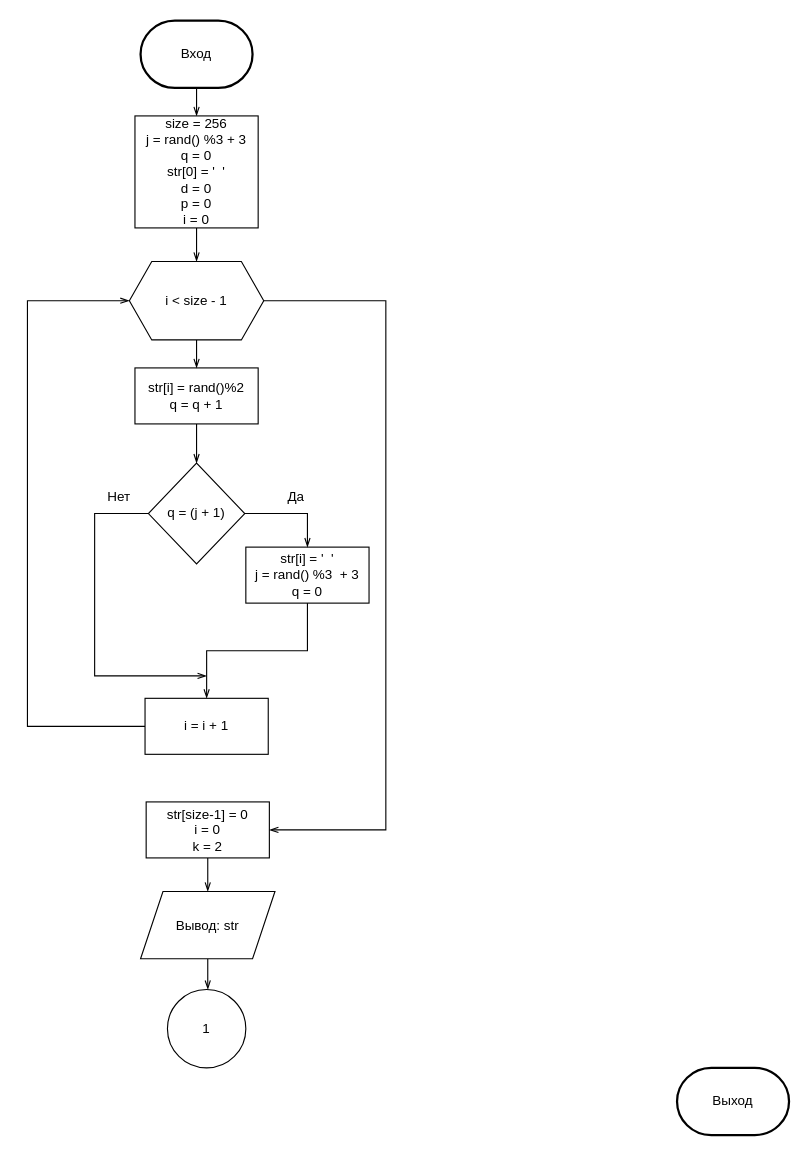
Above: laba8.drawio in ArgumenTiKi/labs (draw.io), before the change. Source tidied: cells renumbered, new cells numbered last; positions are measured from the earlier drawing's top-left corner, leaving out a move shared by most shapes. Both pictures are drawn from the tidied source at 112%, with x=0, y=0 at pixel (27, 20).
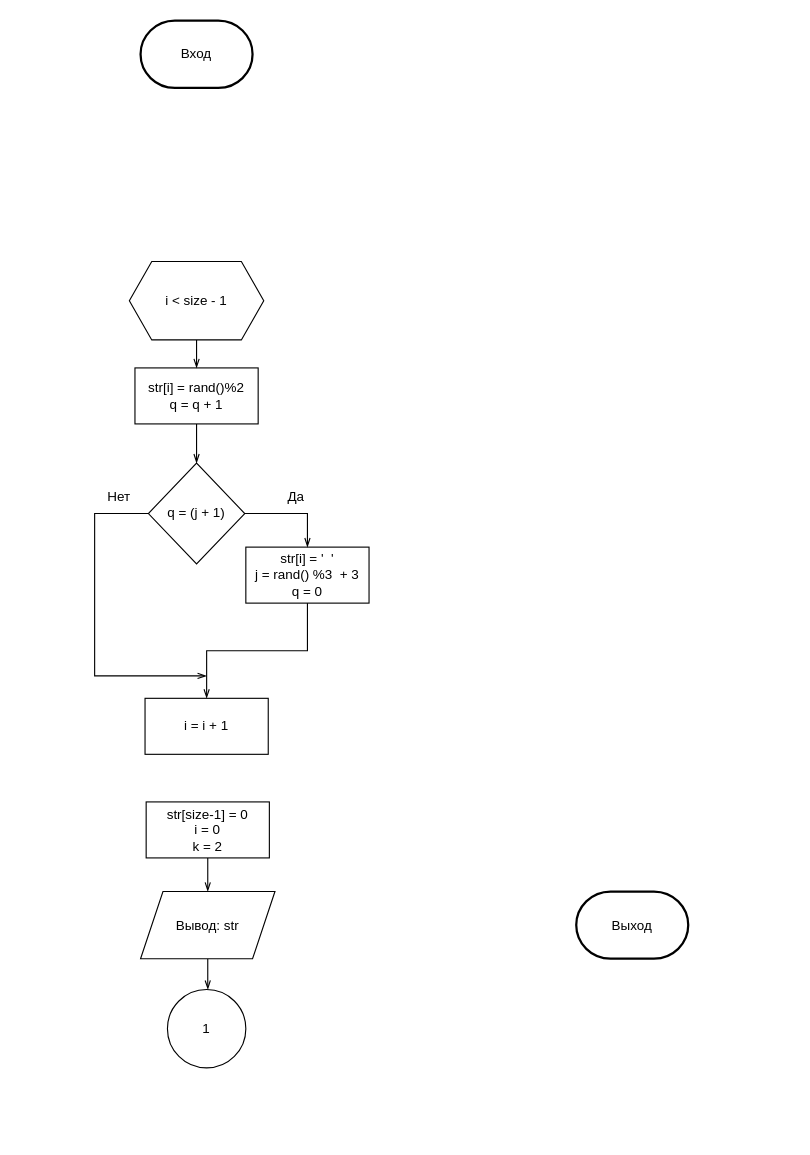
After the change.

Unchanged cells that the change refers to:
```xml
<mxCell id="3" value="Вход" style="strokeWidth=2;html=1;shape=mxgraph.flowchart.terminator;whiteSpace=wrap;" parent="1" vertex="1">
  <mxGeometry x="101" width="100" height="60" as="geometry" />
</mxCell>
<mxCell id="21" value="str[size-1] = 0&lt;br&gt;i = 0&lt;br&gt;k = 2" style="rounded=0;whiteSpace=wrap;html=1;" parent="1" vertex="1">
  <mxGeometry x="106" y="697.5" width="110" height="50" as="geometry" />
</mxCell>
<mxCell id="24" value="i &amp;lt; size - 1" style="shape=hexagon;perimeter=hexagonPerimeter2;whiteSpace=wrap;html=1;fixedSize=1;" parent="1" vertex="1">
  <mxGeometry x="91" y="215" width="120" height="70" as="geometry" />
</mxCell>
<mxCell id="26" value="i = i + 1" style="rounded=0;whiteSpace=wrap;html=1;" parent="1" vertex="1">
  <mxGeometry x="105" y="605" width="110" height="50" as="geometry" />
</mxCell>
```

What changed in the source:
```diff
@@
-    <mxCell id="2" style="edgeStyle=orthogonalEdgeStyle;rounded=0;jettySize=auto;html=1;entryX=0.5;entryY=0;entryDx=0;entryDy=0;endArrow=openThin;endFill=0;" parent="1" edge="1" source="3" target="17">
-      <mxGeometry relative="1" as="geometry" />
-    </mxCell>
@@
     <mxCell id="4" value="Выход" style="strokeWidth=2;html=1;shape=mxgraph.flowchart.terminator;whiteSpace=wrap;" parent="1" vertex="1">
-      <mxGeometry x="580" y="935" width="100" height="60" as="geometry" />
+      <mxGeometry x="490" y="777.5" width="100" height="60" as="geometry" />
     </mxCell>
@@
-    <mxCell id="16" style="edgeStyle=orthogonalEdgeStyle;rounded=0;jettySize=auto;html=1;entryX=0.5;entryY=0;entryDx=0;entryDy=0;endArrow=openThin;endFill=0;" parent="1" edge="1" source="17" target="24">
-      <mxGeometry relative="1" as="geometry" />
-    </mxCell>
-    <mxCell id="17" value="size = 256&lt;br&gt;j = rand() %3 + 3&lt;br&gt;q = 0&lt;br&gt;str[0] = '&amp;nbsp; '&lt;br&gt;d = 0&lt;br&gt;p = 0&lt;br&gt;i = 0" style="rounded=0;whiteSpace=wrap;html=1;" parent="1" vertex="1">
-      <mxGeometry x="96" y="85" width="110" height="100" as="geometry" />
-    </mxCell>
@@
-    <mxCell id="23" style="edgeStyle=orthogonalEdgeStyle;rounded=0;jettySize=auto;html=1;exitX=1;exitY=0.5;exitDx=0;exitDy=0;entryX=1;entryY=0.5;entryDx=0;entryDy=0;endArrow=openThin;endFill=0;" parent="1" edge="1" source="24" target="21">
-      <mxGeometry relative="1" as="geometry">
-        <Array as="points">
-          <mxPoint x="320" y="250" />
-          <mxPoint x="320" y="723" />
-        </Array>
-      </mxGeometry>
-    </mxCell>
@@
-    <mxCell id="25" style="edgeStyle=orthogonalEdgeStyle;rounded=0;jettySize=auto;html=1;endArrow=openThin;endFill=0;entryX=0;entryY=0.5;entryDx=0;entryDy=0;" parent="1" edge="1" source="26" target="24">
-      <mxGeometry relative="1" as="geometry">
-        <Array as="points">
-          <mxPoint y="630" />
-          <mxPoint y="250" />
-        </Array>
-      </mxGeometry>
-    </mxCell>
```
